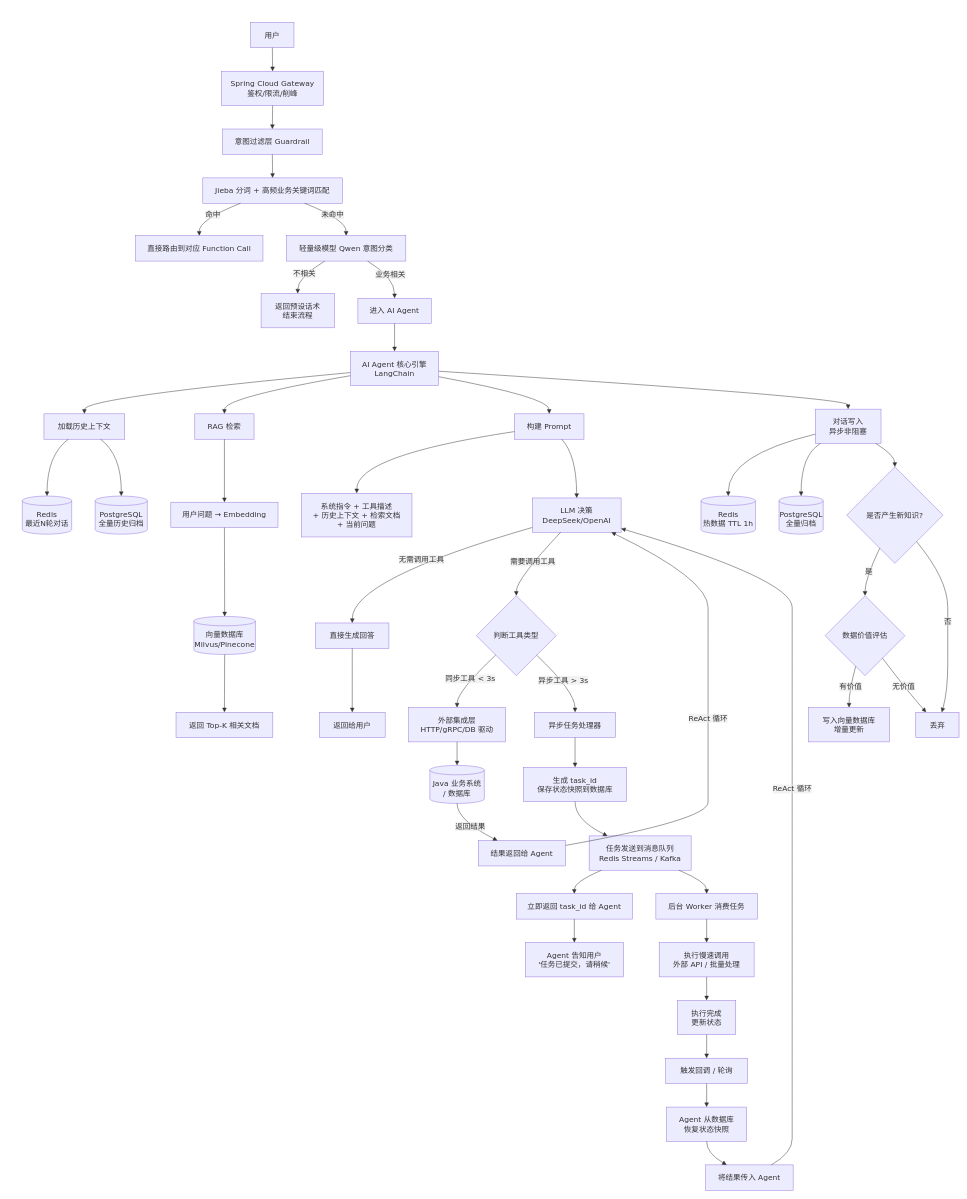
Earlier version of the draw.io diagram doc/架构/AI调用流程.drawio (JerryDtj/XNCAgent). Source tidied: cells renumbered, new cells numbered last; positions are measured from the earlier drawing's top-left corner, leaving out a move shared by most shapes. Both pictures are drawn from the tidied source at 47%, with x=0, y=0 at pixel (8, 8).
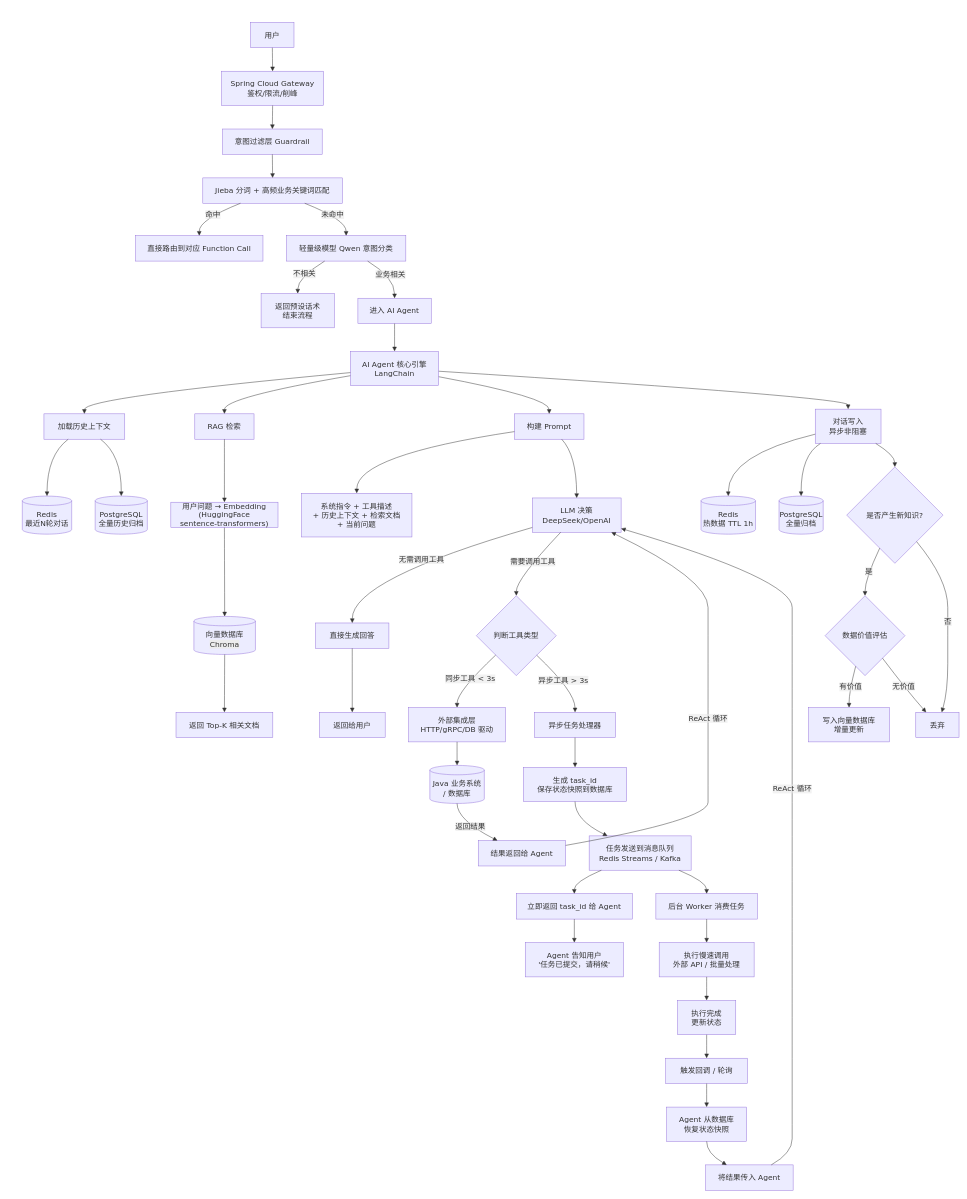
The same page after the edit.

Unchanged cells that the change refers to:
```xml
<mxCell id="2" style="group;transparentBounds=1;editIcon=1;lockedGroup=0;groupPadding=10;" parent="1" vertex="1">
  <mxGeometry as="geometry" />
</mxCell>
```

Diff of the diagram source:
```diff
@@
-    <mxCell id="16" value="用户问题 → Embedding" style="html=1;whiteSpace=wrap;strokeWidth=1;fillColor=light-dark(#ECECFF,#1f2020);strokeColor=light-dark(#9370DB,#cccccc);fontColor=light-dark(#333333,#cccccc);fontFamily=Trebuchet MS,Verdana,Arial,sans-serif;fontSize=16;" parent="2" vertex="1">
+    <mxCell id="16" value="用户问题 → Embedding&lt;br&gt;(HuggingFace &lt;br&gt;sentence-transformers)" style="html=1;whiteSpace=wrap;strokeWidth=1;fillColor=light-dark(#ECECFF,#1f2020);strokeColor=light-dark(#9370DB,#cccccc);fontColor=light-dark(#333333,#cccccc);fontFamily=Trebuchet MS,Verdana,Arial,sans-serif;fontSize=16;" parent="2" vertex="1">
       <mxGeometry x="346" y="1051" width="228" height="54" as="geometry" />
     </mxCell>
-    <mxCell id="17" value="向量数据库&#10;Milvus/Pinecone" style="html=1;shape=cylinder3;boundedLbl=1;backgroundOutline=1;size=10;strokeWidth=1;whiteSpace=wrap;fillColor=light-dark(#ECECFF,#1f2020);strokeColor=light-dark(#9370DB,#cccccc);fontColor=light-dark(#333333,#cccccc);fontFamily=Trebuchet MS,Verdana,Arial,sans-serif;fontSize=16;" parent="2" vertex="1">
+    <mxCell id="17" value="向量数据库&lt;br&gt;&lt;span style=&quot;background-color: rgb(236, 236, 236);&quot;&gt;Chroma&lt;/span&gt;" style="html=1;shape=cylinder3;boundedLbl=1;backgroundOutline=1;size=10;strokeWidth=1;whiteSpace=wrap;fillColor=light-dark(#ECECFF,#1f2020);strokeColor=light-dark(#9370DB,#cccccc);fontColor=light-dark(#333333,#cccccc);fontFamily=Trebuchet MS,Verdana,Arial,sans-serif;fontSize=16;" parent="2" vertex="1">
       <mxGeometry x="395" y="1294" width="131" height="81" as="geometry" />
     </mxCell>
```
